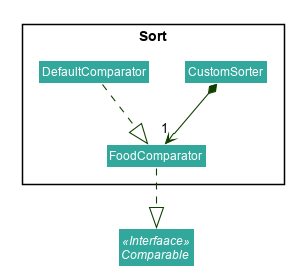
AY1920S1-CS2103T-F13-2/main keeps this PlantUML diagram as images/SortingClassDiagram.png. Above is the earlier version.
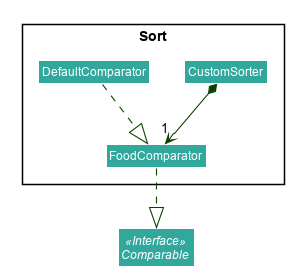
After the commit.

Diff of the diagram source:
```diff
@@ -51,7 +51,7 @@
 skinparam arrowColor #0E4100
 skinparam classBackgroundColor #32a89d
 
-Interface Comparable <<Interfaace>>
+Interface Comparable <<Interface>>
 package Sort <<Rectangle>> {
     Class CustomSorter
     Class DefaultComparator
```
